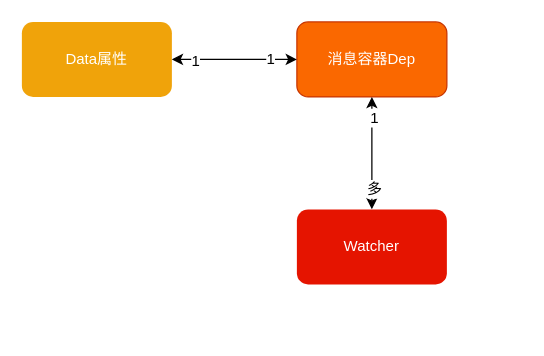
kevinlvhsl/lucky_docs keeps this draw.io diagram as docs/.vuepress/public/images/未命名表单.drawio. Above is the earlier version. Source tidied: cells renumbered, new cells numbered last; positions are measured from the earlier drawing's top-left corner, leaving out a move shared by most shapes. Both pictures are drawn from the tidied source at 125%, with x=0, y=0 at pixel (21, 21).
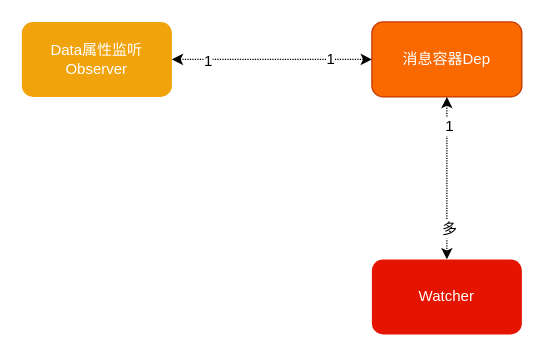
Above is the later version.

Commit message:
更新未命名表单.drawio

Diff of the diagram source:
```diff
@@
 <mxGraphModel>
   <root>
     <mxCell id="0" />
     <mxCell id="1" parent="0" />
-    <mxCell id="2" value="Data属性" style="rounded=1;whiteSpace=wrap;html=1;fillColor=#f0a30a;strokeColor=none;fontColor=#ffffff;" parent="1" vertex="1">
+    <mxCell id="2" value="Data属性监听&lt;br&gt;Observer" style="rounded=1;whiteSpace=wrap;html=1;fillColor=#f0a30a;strokeColor=none;fontColor=#ffffff;" parent="1" vertex="1">
       <mxGeometry width="120" height="60" as="geometry" />
     </mxCell>
     <mxCell id="3" value="消息容器Dep" style="rounded=1;whiteSpace=wrap;html=1;fillColor=#fa6800;strokeColor=#C73500;fontColor=#ffffff;" parent="1" vertex="1">
-      <mxGeometry x="220" width="120" height="60" as="geometry" />
+      <mxGeometry x="280" width="120" height="60" as="geometry" />
     </mxCell>
-    <mxCell id="4" style="endArrow=classic;startArrow=classic;html=1;exitX=1;exitY=0.5;exitDx=0;exitDy=0;entryX=0;entryY=0.5;entryDx=0;entryDy=0;" parent="1" edge="1" source="2" target="3">
+    <mxCell id="4" style="endArrow=classic;startArrow=classic;html=1;exitX=1;exitY=0.5;exitDx=0;exitDy=0;entryX=0;entryY=0.5;entryDx=0;entryDy=0;dashed=1;dashPattern=1 1;" parent="1" edge="1" source="2" target="3">
       <mxGeometry relative="1" as="geometry" />
     </mxCell>
     <mxCell id="5" value="1" style="text;html=1;align=center;verticalAlign=middle;labelBackgroundColor=#ffffff;" parent="4" vertex="1">
       <mxGeometry x="-0.65" y="-1" relative="1" as="geometry" />
     </mxCell>
     <mxCell id="6" value="1" style="text;html=1;align=center;verticalAlign=middle;labelBackgroundColor=#ffffff;" parent="4" vertex="1">
       <mxGeometry x="0.57" y="1" relative="1" as="geometry" />
     </mxCell>
     <mxCell id="7" value="Watcher" style="rounded=1;whiteSpace=wrap;html=1;strokeColor=none;fillColor=#e51400;fontColor=#ffffff;" parent="1" vertex="1">
-      <mxGeometry x="220" y="150" width="120" height="60" as="geometry" />
+      <mxGeometry x="280" y="190" width="120" height="60" as="geometry" />
     </mxCell>
-    <mxCell id="8" style="endArrow=classic;startArrow=classic;html=1;entryX=0.5;entryY=1;entryDx=0;entryDy=0;exitX=0.5;exitY=0;exitDx=0;exitDy=0;" parent="1" edge="1" source="7" target="3">
+    <mxCell id="8" style="endArrow=classic;startArrow=classic;html=1;entryX=0.5;entryY=1;entryDx=0;entryDy=0;exitX=0.5;exitY=0;exitDx=0;exitDy=0;dashed=1;dashPattern=1 1;" parent="1" edge="1" source="7" target="3">
       <mxGeometry relative="1" as="geometry" />
     </mxCell>
     <mxCell id="9" value="1" style="text;html=1;align=center;verticalAlign=middle;labelBackgroundColor=#ffffff;" parent="8" vertex="1">
       <mxGeometry x="0.64" y="-1" relative="1" as="geometry" />
     </mxCell>
     <mxCell id="10" value="多" style="text;html=1;align=center;verticalAlign=middle;labelBackgroundColor=#ffffff;" parent="8" vertex="1">
       <mxGeometry x="-0.62" y="-1" relative="1" as="geometry" />
     </mxCell>
   </root>
 </mxGraphModel>
```
